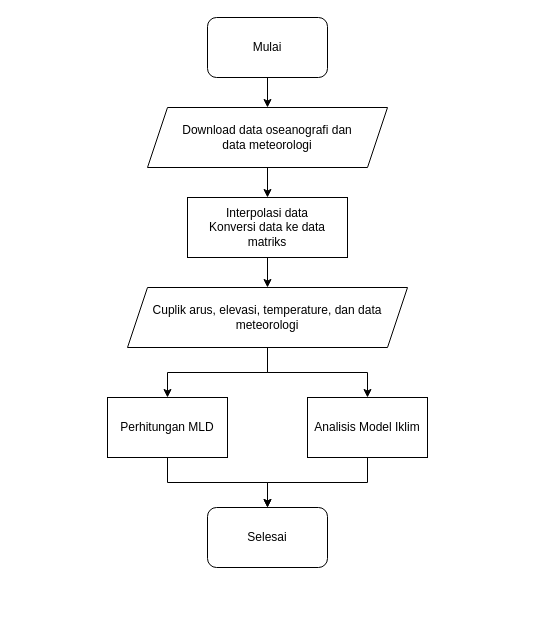
hidayatmn378/MyThesis keeps this draw.io diagram as Flowchart_Diagram.drawio. Above is the earlier version. Source tidied: cells renumbered, new cells numbered last; positions are measured from the earlier drawing's top-left corner, leaving out a move shared by most shapes. Both pictures are drawn from the tidied source at 100%, with x=0, y=0 at pixel (107, 17).
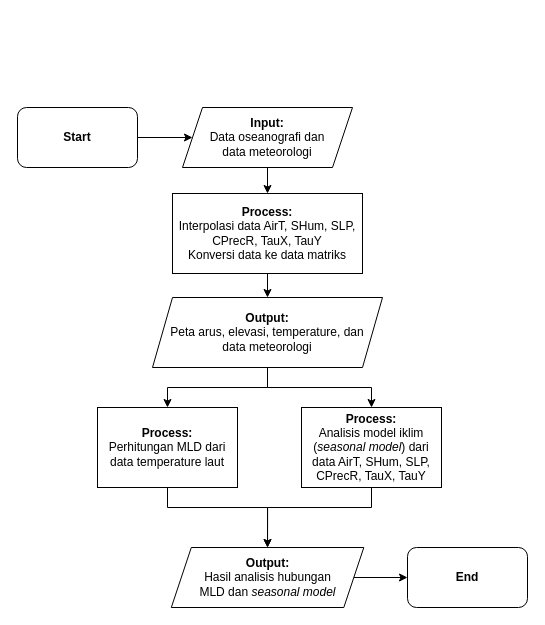
The same diagram, later.

Change to the diagram source:
```diff
@@
-    <mxCell id="3" value="Mulai" style="rounded=1;whiteSpace=wrap;html=1;" parent="1" vertex="1">
-      <mxGeometry x="100" width="120" height="60" as="geometry" />
+    <mxCell id="3" value="Start" style="rounded=1;whiteSpace=wrap;html=1;fontStyle=1;" parent="1" vertex="1">
+      <mxGeometry x="-90" y="90" width="120" height="60" as="geometry" />
     </mxCell>
@@
-    <mxCell id="5" value="&lt;div&gt;Download data oseanografi dan &lt;br&gt;&lt;/div&gt;&lt;div&gt;data meteorologi&lt;/div&gt;" style="shape=parallelogram;perimeter=parallelogramPerimeter;whiteSpace=wrap;html=1;fixedSize=1;" parent="1" vertex="1">
-      <mxGeometry x="40" y="90" width="240" height="60" as="geometry" />
+    <mxCell id="5" value="&lt;div&gt;&lt;b&gt;Input:&lt;/b&gt;&lt;/div&gt;&lt;div&gt;Data oseanografi dan &lt;br&gt;&lt;/div&gt;&lt;div&gt;data meteorologi&lt;/div&gt;" style="shape=parallelogram;perimeter=parallelogramPerimeter;whiteSpace=wrap;html=1;fixedSize=1;" parent="1" vertex="1">
+      <mxGeometry x="75" y="90" width="170" height="60" as="geometry" />
     </mxCell>
@@
-    <mxCell id="7" value="&lt;div&gt;Interpolasi data&lt;/div&gt;&lt;div&gt;Konversi data ke data matriks&lt;br&gt;&lt;/div&gt;" style="whiteSpace=wrap;html=1;" parent="1" vertex="1">
-      <mxGeometry x="80" y="180" width="160" height="60" as="geometry" />
+    <mxCell id="7" value="&lt;div&gt;&lt;b&gt;Process:&lt;/b&gt;&lt;/div&gt;&lt;div&gt;Interpolasi data AirT, SHum, SLP, CPrecR, TauX, TauY&lt;/div&gt;&lt;div&gt;Konversi data ke data matriks&lt;br&gt;&lt;/div&gt;" style="whiteSpace=wrap;html=1;" parent="1" vertex="1">
+      <mxGeometry x="65" y="176" width="190" height="80" as="geometry" />
     </mxCell>
@@
-    <mxCell id="10" value="Cuplik arus, elevasi, temperature, dan data meteorologi" style="shape=parallelogram;perimeter=parallelogramPerimeter;whiteSpace=wrap;html=1;fixedSize=1;" parent="1" vertex="1">
-      <mxGeometry x="20" y="270" width="280" height="60" as="geometry" />
+    <mxCell id="10" value="&lt;b&gt;Output:&lt;/b&gt;&lt;br&gt;&lt;div&gt;Peta arus, elevasi, temperature, dan &lt;br&gt;&lt;/div&gt;&lt;div&gt;data meteorologi&lt;/div&gt;" style="shape=parallelogram;perimeter=parallelogramPerimeter;whiteSpace=wrap;html=1;fixedSize=1;" parent="1" vertex="1">
+      <mxGeometry x="45" y="280" width="230" height="70" as="geometry" />
     </mxCell>
-    <mxCell id="11" style="edgeStyle=orthogonalEdgeStyle;rounded=0;jettySize=auto;html=1;" parent="1" edge="1" source="12" target="15">
-      <mxGeometry relative="1" as="geometry" />
+    <mxCell id="11" style="edgeStyle=orthogonalEdgeStyle;rounded=0;jettySize=auto;html=1;" parent="1" edge="1" source="12" target="17">
+      <mxGeometry relative="1" as="geometry">
+        <Array as="points">
+          <mxPoint x="60" y="490" />
+          <mxPoint x="160" y="490" />
+        </Array>
+      </mxGeometry>
     </mxCell>
-    <mxCell id="12" value="Perhitungan MLD" style="whiteSpace=wrap;html=1;" parent="1" vertex="1">
-      <mxGeometry y="380" width="120" height="60" as="geometry" />
+    <mxCell id="12" value="&lt;b&gt;Process:&lt;/b&gt;&lt;br&gt;&lt;div&gt;Perhitungan MLD dari data temperature laut&lt;br&gt;&lt;/div&gt;" style="whiteSpace=wrap;html=1;" parent="1" vertex="1">
+      <mxGeometry x="-10" y="390" width="140" height="80" as="geometry" />
     </mxCell>
-    <mxCell id="13" style="edgeStyle=orthogonalEdgeStyle;rounded=0;jettySize=auto;html=1;entryX=0.5;entryY=0;entryDx=0;entryDy=0;" parent="1" edge="1" source="14" target="15">
-      <mxGeometry relative="1" as="geometry" />
+    <mxCell id="13" style="edgeStyle=orthogonalEdgeStyle;rounded=0;jettySize=auto;html=1;entryX=0.5;entryY=0;entryDx=0;entryDy=0;" parent="1" edge="1" source="14" target="17">
+      <mxGeometry relative="1" as="geometry">
+        <Array as="points">
+          <mxPoint x="264" y="490" />
+          <mxPoint x="160" y="490" />
+        </Array>
+      </mxGeometry>
     </mxCell>
-    <mxCell id="14" value="Analisis Model Iklim" style="rounded=0;whiteSpace=wrap;html=1;" parent="1" vertex="1">
-      <mxGeometry x="200" y="380" width="120" height="60" as="geometry" />
+    <mxCell id="14" value="&lt;b&gt;Process:&lt;/b&gt;&lt;br&gt;&lt;div&gt;Analisis model iklim (&lt;i&gt;seasonal model&lt;/i&gt;) dari data AirT, SHum, SLP, CPrecR, TauX, TauY&lt;br&gt;&lt;/div&gt;" style="rounded=0;whiteSpace=wrap;html=1;" parent="1" vertex="1">
+      <mxGeometry x="194" y="390" width="140" height="80" as="geometry" />
     </mxCell>
-    <mxCell id="15" value="Selesai" style="rounded=1;whiteSpace=wrap;html=1;" parent="1" vertex="1">
-      <mxGeometry x="100" y="490" width="120" height="60" as="geometry" />
-    </mxCell>
+    <mxCell id="16" style="edgeStyle=orthogonalEdgeStyle;rounded=0;jettySize=auto;html=1;" parent="1" edge="1" source="17" target="18">
+      <mxGeometry relative="1" as="geometry" />
+    </mxCell>
+    <mxCell id="17" value="&lt;div&gt;&lt;b&gt;Output:&lt;/b&gt;&lt;/div&gt;&lt;div&gt;Hasil analisis hubungan &lt;br&gt;&lt;/div&gt;&lt;div&gt;MLD dan &lt;i&gt;seasonal model&lt;/i&gt;&lt;b&gt;&lt;br&gt;&lt;/b&gt;&lt;/div&gt;" style="shape=parallelogram;perimeter=parallelogramPerimeter;whiteSpace=wrap;html=1;fixedSize=1;" parent="1" vertex="1">
+      <mxGeometry x="63.8" y="530" width="192.5" height="60" as="geometry" />
+    </mxCell>
+    <mxCell id="18" value="&lt;b&gt;End&lt;/b&gt;" style="whiteSpace=wrap;html=1;rounded=1;" parent="1" vertex="1">
+      <mxGeometry x="300" y="530" width="120" height="60" as="geometry" />
+    </mxCell>
```
